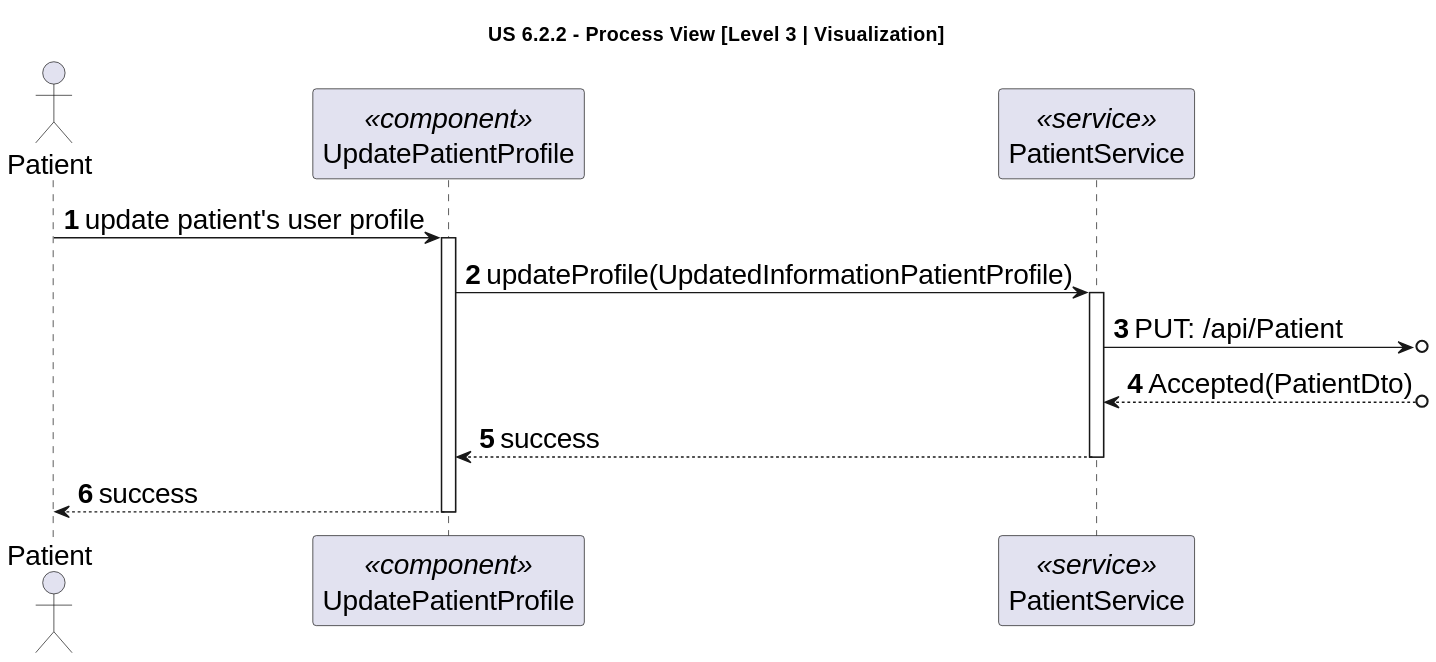
The PlantUML diagram docs/sprint-2/1220841/us-6.2.2/diagrams/level-3-process-view-visualization.svg in rita-barbosa/LAPR5-2425, before a commit. Its diagram source:
```plantuml
@startuml
skinparamlocked defaultFontSize 20

title "US 6.2.2 - Process View [Level 3 | Visualization]"

autonumber
actor "Patient" as USER
participant "UpdatePatientProfile" as UPP <<component>>
participant "PatientService" as PS <<service>>

USER -> UPP : update patient's user profile
activate UPP

UPP -> PS : updateProfile(UpdatedInformationPatientProfile)
activate PS

PS ->o] : PUT: /api/Patient

PS <--o] : Accepted(PatientDto)

PS --> UPP: success
deactivate PS

UPP --> USER: success
deactivate UPP
@enduml
```
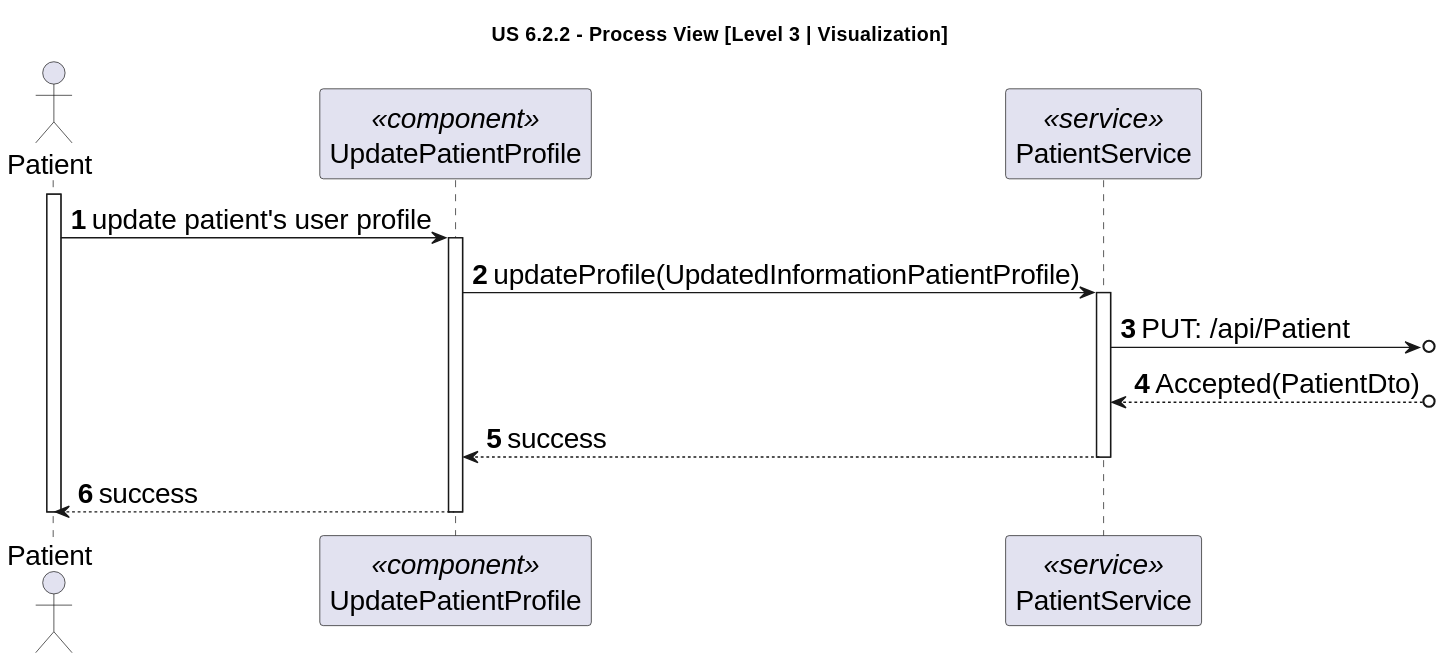
After the change.

Commit message:
DG38-441 | docs: updates mistake in process view diagrams of visualization component.

Diff of the diagram source:
```diff
@@ -8,6 +8,7 @@
 participant "UpdatePatientProfile" as UPP <<component>>
 participant "PatientService" as PS <<service>>
 
+activate USER
 USER -> UPP : update patient's user profile
 activate UPP
 
@@ -23,4 +24,5 @@
 
 UPP --> USER: success
 deactivate UPP
+deactivate USER
 @enduml
```
